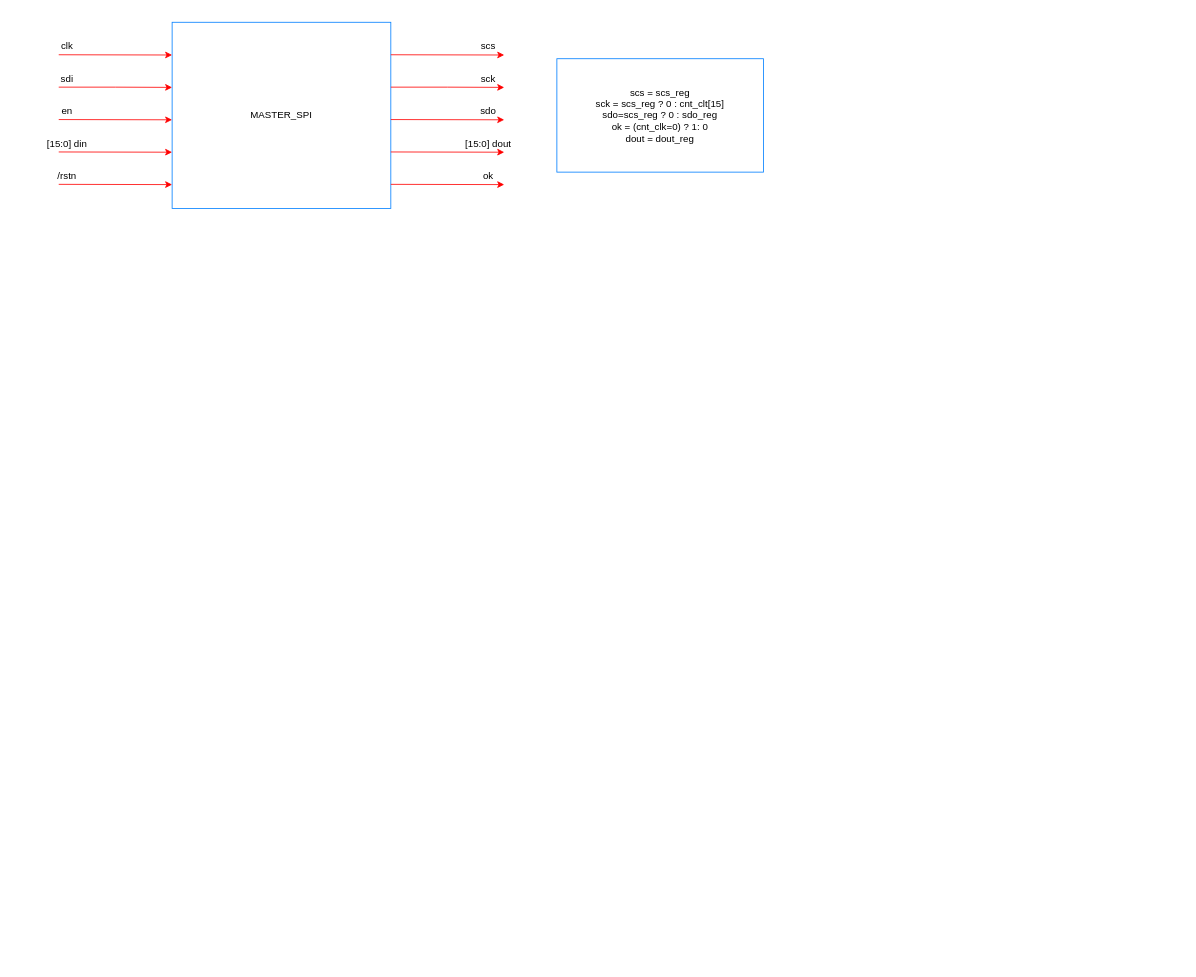
The draw.io diagram page "MASTER_SPI" (2 of 2) of MASTER_SPI.drawio in tenglong88/software_engineer, before the edit. Source tidied: cells renumbered, new cells numbered last; positions are measured from the earlier drawing's top-left corner, leaving out a move shared by most shapes. Both pictures are drawn from the tidied source at 81%, with x=0, y=0 at pixel (38, 22).
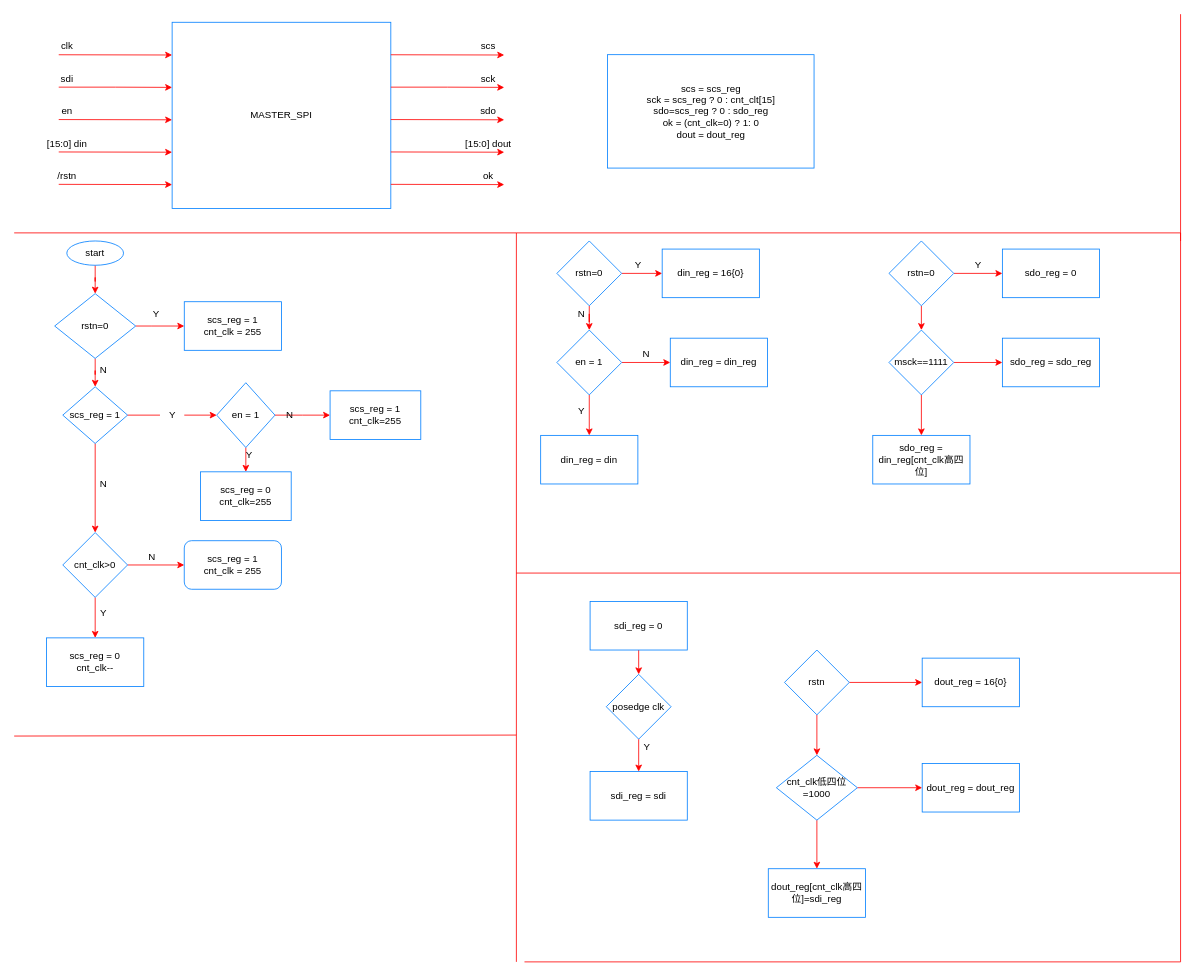
The same page after the edit.

The edit, as a diff of the source:
```diff
@@
     <mxCell id="23" value="scs = scs_reg&lt;br&gt;sck = scs_reg ? 0 : cnt_clt[15]&lt;br&gt;sdo=scs_reg ? 0 : sdo_reg&lt;br&gt;ok = (cnt_clk=0) ? 1: 0&lt;br&gt;dout = dout_reg" style="rounded=0;whiteSpace=wrap;html=1;strokeColor=#007FFF;" parent="1" vertex="1">
-      <mxGeometry x="640" y="45" width="255" height="140" as="geometry" />
+      <mxGeometry x="702.5" y="40" width="255" height="140" as="geometry" />
     </mxCell>
+    <mxCell id="24" style="edgeStyle=orthogonalEdgeStyle;rounded=0;jettySize=auto;html=1;exitX=1;exitY=0.5;exitDx=0;exitDy=0;entryX=0;entryY=0.5;entryDx=0;entryDy=0;strokeColor=#FF0000;" parent="1" edge="1" source="26" target="27">
+      <mxGeometry relative="1" as="geometry">
+        <Array as="points">
+          <mxPoint x="140" y="375" />
+          <mxPoint x="140" y="375" />
+        </Array>
+      </mxGeometry>
+    </mxCell>
+    <mxCell id="25" style="edgeStyle=orthogonalEdgeStyle;rounded=0;jettySize=auto;html=1;entryX=0.5;entryY=0;entryDx=0;entryDy=0;strokeColor=#FF0000;" parent="1" edge="1" source="26" target="31">
+      <mxGeometry relative="1" as="geometry" />
+    </mxCell>
+    <mxCell id="26" value="rstn=0" style="rhombus;whiteSpace=wrap;html=1;strokeColor=#007FFF;" parent="1" vertex="1">
+      <mxGeometry x="20" y="335" width="100" height="80" as="geometry" />
+    </mxCell>
+    <mxCell id="27" value="scs_reg = 1&lt;br&gt;cnt_clk = 255" style="rounded=0;whiteSpace=wrap;html=1;strokeColor=#007FFF;" parent="1" vertex="1">
+      <mxGeometry x="180" y="345" width="120" height="60" as="geometry" />
+    </mxCell>
+    <mxCell id="28" value="Y" style="text;html=1;align=center;verticalAlign=middle;strokeColor=none;fillColor=none;" parent="1" vertex="1">
+      <mxGeometry x="130" y="345" width="30" height="30" as="geometry" />
+    </mxCell>
+    <mxCell id="29" style="edgeStyle=orthogonalEdgeStyle;rounded=0;jettySize=auto;html=1;entryX=0;entryY=0.5;entryDx=0;entryDy=0;strokeColor=#FF0000;startArrow=none;" parent="1" edge="1" source="42" target="38">
+      <mxGeometry relative="1" as="geometry" />
+    </mxCell>
+    <mxCell id="30" style="edgeStyle=orthogonalEdgeStyle;rounded=0;jettySize=auto;html=1;exitX=0.5;exitY=1;exitDx=0;exitDy=0;entryX=0.5;entryY=0;entryDx=0;entryDy=0;strokeColor=#FF0000;" parent="1" edge="1" source="31" target="46">
+      <mxGeometry relative="1" as="geometry" />
+    </mxCell>
+    <mxCell id="31" value="scs_reg = 1" style="rhombus;whiteSpace=wrap;html=1;strokeColor=#007FFF;" parent="1" vertex="1">
+      <mxGeometry x="30" y="450" width="80" height="70" as="geometry" />
+    </mxCell>
+    <mxCell id="32" style="edgeStyle=orthogonalEdgeStyle;rounded=0;jettySize=auto;html=1;strokeColor=#FF0000;" parent="1" edge="1" source="33" target="26">
+      <mxGeometry relative="1" as="geometry" />
+    </mxCell>
+    <mxCell id="33" value="start" style="ellipse;whiteSpace=wrap;html=1;strokeColor=#007FFF;" parent="1" vertex="1">
+      <mxGeometry x="35" y="270" width="70" height="30" as="geometry" />
+    </mxCell>
+    <mxCell id="34" value="N" style="text;html=1;align=center;verticalAlign=middle;strokeColor=none;fillColor=none;" parent="1" vertex="1">
+      <mxGeometry x="65" y="415" width="30" height="30" as="geometry" />
+    </mxCell>
+    <mxCell id="35" value="scs_reg = 0&lt;br&gt;cnt_clk=255" style="rounded=0;whiteSpace=wrap;html=1;strokeColor=#007FFF;" parent="1" vertex="1">
+      <mxGeometry x="200" y="555" width="112" height="60" as="geometry" />
+    </mxCell>
+    <mxCell id="36" style="edgeStyle=orthogonalEdgeStyle;rounded=0;jettySize=auto;html=1;exitX=0.5;exitY=1;exitDx=0;exitDy=0;entryX=0.5;entryY=0;entryDx=0;entryDy=0;strokeColor=#FF0000;" parent="1" edge="1" source="38" target="35">
+      <mxGeometry relative="1" as="geometry" />
+    </mxCell>
+    <mxCell id="37" style="edgeStyle=orthogonalEdgeStyle;rounded=0;jettySize=auto;html=1;exitX=1;exitY=0.5;exitDx=0;exitDy=0;strokeColor=#FF0000;" parent="1" edge="1" source="38">
+      <mxGeometry relative="1" as="geometry">
+        <mxPoint x="360" y="485" as="targetPoint" />
+      </mxGeometry>
+    </mxCell>
+    <mxCell id="38" value="en = 1" style="rhombus;whiteSpace=wrap;html=1;strokeColor=#007FFF;" parent="1" vertex="1">
+      <mxGeometry x="220" y="445" width="72" height="80" as="geometry" />
+    </mxCell>
+    <mxCell id="39" value="scs_reg = 1&lt;br&gt;cnt_clk=255" style="rounded=0;whiteSpace=wrap;html=1;strokeColor=#007FFF;" parent="1" vertex="1">
+      <mxGeometry x="360" y="455" width="112" height="60" as="geometry" />
+    </mxCell>
+    <mxCell id="40" value="Y" style="text;html=1;align=center;verticalAlign=middle;strokeColor=none;fillColor=none;" parent="1" vertex="1">
+      <mxGeometry x="245" y="520" width="30" height="30" as="geometry" />
+    </mxCell>
+    <mxCell id="41" value="N" style="text;html=1;align=center;verticalAlign=middle;strokeColor=none;fillColor=none;" parent="1" vertex="1">
+      <mxGeometry x="295" y="470" width="30" height="30" as="geometry" />
+    </mxCell>
+    <mxCell id="42" value="Y" style="text;html=1;align=center;verticalAlign=middle;points=[];strokeColor=none;fillColor=none;" parent="1" vertex="1">
+      <mxGeometry x="150" y="470" width="30" height="30" as="geometry" />
+    </mxCell>
+    <mxCell id="43" style="edgeStyle=orthogonalEdgeStyle;rounded=0;jettySize=auto;html=1;entryX=0;entryY=0.5;entryDx=0;entryDy=0;strokeColor=#FF0000;endArrow=none;" parent="1" edge="1" source="31" target="42">
+      <mxGeometry relative="1" as="geometry" />
+    </mxCell>
+    <mxCell id="44" style="edgeStyle=orthogonalEdgeStyle;rounded=0;jettySize=auto;html=1;exitX=0.5;exitY=1;exitDx=0;exitDy=0;strokeColor=#FF0000;" parent="1" edge="1" source="46" target="47">
+      <mxGeometry relative="1" as="geometry" />
+    </mxCell>
+    <mxCell id="45" style="edgeStyle=orthogonalEdgeStyle;rounded=0;jettySize=auto;html=1;exitX=1;exitY=0.5;exitDx=0;exitDy=0;entryX=0;entryY=0.5;entryDx=0;entryDy=0;strokeColor=#FF0000;" parent="1" edge="1" source="46" target="49">
+      <mxGeometry relative="1" as="geometry" />
+    </mxCell>
+    <mxCell id="46" value="cnt_clk&amp;gt;0" style="rhombus;whiteSpace=wrap;html=1;strokeColor=#007FFF;" parent="1" vertex="1">
+      <mxGeometry x="30" y="630" width="80" height="80" as="geometry" />
+    </mxCell>
+    <mxCell id="47" value="scs_reg = 0&lt;br&gt;cnt_clk--" style="rounded=0;whiteSpace=wrap;html=1;strokeColor=#007FFF;" parent="1" vertex="1">
+      <mxGeometry x="10" y="760" width="120" height="60" as="geometry" />
+    </mxCell>
+    <mxCell id="48" value="N" style="text;html=1;align=center;verticalAlign=middle;strokeColor=none;fillColor=none;" parent="1" vertex="1">
+      <mxGeometry x="65" y="555" width="30" height="30" as="geometry" />
+    </mxCell>
+    <mxCell id="49" value="scs_reg = 1&lt;br&gt;cnt_clk = 255" style="rounded=1;whiteSpace=wrap;html=1;strokeColor=#007FFF;" parent="1" vertex="1">
+      <mxGeometry x="180" y="640" width="120" height="60" as="geometry" />
+    </mxCell>
+    <mxCell id="50" value="Y" style="text;html=1;align=center;verticalAlign=middle;strokeColor=none;fillColor=none;" parent="1" vertex="1">
+      <mxGeometry x="65" y="715" width="30" height="30" as="geometry" />
+    </mxCell>
+    <mxCell id="51" value="N" style="text;html=1;align=center;verticalAlign=middle;strokeColor=none;fillColor=none;" parent="1" vertex="1">
+      <mxGeometry x="125" y="645" width="30" height="30" as="geometry" />
+    </mxCell>
+    <mxCell id="52" style="endArrow=none;html=1;rounded=0;strokeColor=#FF0000;" parent="1" edge="1">
+      <mxGeometry relative="1" as="geometry">
+        <mxPoint x="-30" y="881.2" as="sourcePoint" />
+        <mxPoint x="590" y="880" as="targetPoint" />
+      </mxGeometry>
+    </mxCell>
+    <mxCell id="53" style="endArrow=none;html=1;rounded=0;strokeColor=#FF0000;" parent="1" edge="1">
+      <mxGeometry relative="1" as="geometry">
+        <mxPoint x="590" y="880" as="sourcePoint" />
+        <mxPoint x="590" y="260" as="targetPoint" />
+      </mxGeometry>
+    </mxCell>
+    <mxCell id="54" style="endArrow=none;html=1;rounded=0;strokeColor=#FF0000;" parent="1" edge="1">
+      <mxGeometry relative="1" as="geometry">
+        <mxPoint x="-30" y="260" as="sourcePoint" />
+        <mxPoint x="590" y="260" as="targetPoint" />
+      </mxGeometry>
+    </mxCell>
+    <mxCell id="55" style="edgeStyle=orthogonalEdgeStyle;rounded=0;jettySize=auto;html=1;entryX=0.5;entryY=0;entryDx=0;entryDy=0;strokeColor=#FF0000;" parent="1" edge="1" source="57" target="61">
+      <mxGeometry relative="1" as="geometry" />
+    </mxCell>
+    <mxCell id="56" style="edgeStyle=orthogonalEdgeStyle;rounded=0;jettySize=auto;html=1;entryX=0;entryY=0.5;entryDx=0;entryDy=0;strokeColor=#FF0000;" parent="1" edge="1" source="57" target="58">
+      <mxGeometry relative="1" as="geometry" />
+    </mxCell>
+    <mxCell id="57" value="rstn=0" style="rhombus;whiteSpace=wrap;html=1;strokeColor=#007FFF;" parent="1" vertex="1">
+      <mxGeometry x="640" y="270" width="80" height="80" as="geometry" />
+    </mxCell>
+    <mxCell id="58" value="din_reg = 16{0}" style="rounded=0;whiteSpace=wrap;html=1;strokeColor=#007FFF;" parent="1" vertex="1">
+      <mxGeometry x="770" y="280" width="120" height="60" as="geometry" />
+    </mxCell>
+    <mxCell id="59" style="edgeStyle=orthogonalEdgeStyle;rounded=0;jettySize=auto;html=1;strokeColor=#FF0000;" parent="1" edge="1" source="61" target="62">
+      <mxGeometry relative="1" as="geometry" />
+    </mxCell>
+    <mxCell id="60" style="edgeStyle=orthogonalEdgeStyle;rounded=0;jettySize=auto;html=1;exitX=1;exitY=0.5;exitDx=0;exitDy=0;entryX=0;entryY=0.5;entryDx=0;entryDy=0;strokeColor=#FF0000;" parent="1" edge="1" source="61" target="63">
+      <mxGeometry relative="1" as="geometry" />
+    </mxCell>
+    <mxCell id="61" value="en = 1" style="rhombus;whiteSpace=wrap;html=1;strokeColor=#007FFF;" parent="1" vertex="1">
+      <mxGeometry x="640" y="380" width="80" height="80" as="geometry" />
+    </mxCell>
+    <mxCell id="62" value="din_reg = din" style="rounded=0;whiteSpace=wrap;html=1;strokeColor=#007FFF;" parent="1" vertex="1">
+      <mxGeometry x="620" y="510" width="120" height="60" as="geometry" />
+    </mxCell>
+    <mxCell id="63" value="din_reg = din_reg" style="rounded=0;whiteSpace=wrap;html=1;strokeColor=#007FFF;" parent="1" vertex="1">
+      <mxGeometry x="780" y="390" width="120" height="60" as="geometry" />
+    </mxCell>
+    <mxCell id="64" value="Y" style="text;html=1;align=center;verticalAlign=middle;strokeColor=none;fillColor=none;" parent="1" vertex="1">
+      <mxGeometry x="725" y="285" width="30" height="30" as="geometry" />
+    </mxCell>
+    <mxCell id="65" value="N" style="text;html=1;align=center;verticalAlign=middle;strokeColor=none;fillColor=none;" parent="1" vertex="1">
+      <mxGeometry x="655" y="345" width="30" height="30" as="geometry" />
+    </mxCell>
+    <mxCell id="66" value="N" style="text;html=1;align=center;verticalAlign=middle;strokeColor=none;fillColor=none;" parent="1" vertex="1">
+      <mxGeometry x="735" y="395" width="30" height="30" as="geometry" />
+    </mxCell>
+    <mxCell id="67" value="Y" style="text;html=1;align=center;verticalAlign=middle;strokeColor=none;fillColor=none;" parent="1" vertex="1">
+      <mxGeometry x="655" y="465" width="30" height="30" as="geometry" />
+    </mxCell>
+    <mxCell id="68" style="edgeStyle=orthogonalEdgeStyle;rounded=0;jettySize=auto;html=1;exitX=1;exitY=0.5;exitDx=0;exitDy=0;entryX=0;entryY=0.5;entryDx=0;entryDy=0;strokeColor=#FF0000;" parent="1" edge="1" source="70" target="71">
+      <mxGeometry relative="1" as="geometry" />
+    </mxCell>
+    <mxCell id="69" style="edgeStyle=orthogonalEdgeStyle;rounded=0;jettySize=auto;html=1;exitX=0.5;exitY=1;exitDx=0;exitDy=0;entryX=0.5;entryY=0;entryDx=0;entryDy=0;strokeColor=#FF0000;" parent="1" edge="1" source="70" target="75">
+      <mxGeometry relative="1" as="geometry" />
+    </mxCell>
+    <mxCell id="70" value="rstn=0" style="rhombus;whiteSpace=wrap;html=1;strokeColor=#007FFF;" parent="1" vertex="1">
+      <mxGeometry x="1050" y="270" width="80" height="80" as="geometry" />
+    </mxCell>
+    <mxCell id="71" value="sdo_reg = 0" style="rounded=0;whiteSpace=wrap;html=1;strokeColor=#007FFF;" parent="1" vertex="1">
+      <mxGeometry x="1190" y="280" width="120" height="60" as="geometry" />
+    </mxCell>
+    <mxCell id="72" value="Y" style="text;html=1;align=center;verticalAlign=middle;strokeColor=none;fillColor=none;" parent="1" vertex="1">
+      <mxGeometry x="1145" y="285" width="30" height="30" as="geometry" />
+    </mxCell>
+    <mxCell id="73" style="edgeStyle=orthogonalEdgeStyle;rounded=0;jettySize=auto;html=1;exitX=0.5;exitY=1;exitDx=0;exitDy=0;entryX=0.5;entryY=0;entryDx=0;entryDy=0;strokeColor=#FF0000;" parent="1" edge="1" source="75" target="76">
+      <mxGeometry relative="1" as="geometry" />
+    </mxCell>
+    <mxCell id="74" style="edgeStyle=orthogonalEdgeStyle;rounded=0;jettySize=auto;html=1;exitX=1;exitY=0.5;exitDx=0;exitDy=0;strokeColor=#FF0000;entryX=0;entryY=0.5;entryDx=0;entryDy=0;" parent="1" edge="1" source="75" target="77">
+      <mxGeometry relative="1" as="geometry" />
+    </mxCell>
+    <mxCell id="75" value="msck==1111" style="rhombus;whiteSpace=wrap;html=1;strokeColor=#007FFF;" parent="1" vertex="1">
+      <mxGeometry x="1050" y="380" width="80" height="80" as="geometry" />
+    </mxCell>
+    <mxCell id="76" value="sdo_reg = din_reg[cnt_clk高四位]" style="rounded=0;whiteSpace=wrap;html=1;strokeColor=#007FFF;" parent="1" vertex="1">
+      <mxGeometry x="1030" y="510" width="120" height="60" as="geometry" />
+    </mxCell>
+    <mxCell id="77" value="sdo_reg = sdo_reg" style="rounded=0;whiteSpace=wrap;html=1;strokeColor=#007FFF;" parent="1" vertex="1">
+      <mxGeometry x="1190" y="390" width="120" height="60" as="geometry" />
+    </mxCell>
+    <mxCell id="78" style="endArrow=none;html=1;rounded=0;strokeColor=#FF0000;" parent="1" edge="1">
+      <mxGeometry relative="1" as="geometry">
+        <mxPoint x="590" y="260" as="sourcePoint" />
+        <mxPoint x="1410" y="260" as="targetPoint" />
+      </mxGeometry>
+    </mxCell>
+    <mxCell id="79" style="endArrow=none;html=1;rounded=0;strokeColor=#FF0000;" parent="1" edge="1">
+      <mxGeometry relative="1" as="geometry">
+        <mxPoint x="590" y="680" as="sourcePoint" />
+        <mxPoint x="1410" y="680" as="targetPoint" />
+      </mxGeometry>
+    </mxCell>
+    <mxCell id="80" style="endArrow=none;html=1;rounded=0;strokeColor=#FF0000;" parent="1" edge="1">
+      <mxGeometry relative="1" as="geometry">
+        <mxPoint x="1410" y="680" as="sourcePoint" />
+        <mxPoint x="1410" y="260" as="targetPoint" />
+      </mxGeometry>
+    </mxCell>
+    <mxCell id="81" style="endArrow=none;html=1;rounded=0;strokeColor=#FF0000;" parent="1" edge="1">
+      <mxGeometry relative="1" as="geometry">
+        <mxPoint x="1410" y="-10" as="sourcePoint" />
+        <mxPoint x="1410" y="270" as="targetPoint" />
+      </mxGeometry>
+    </mxCell>
+    <mxCell id="82" style="edgeStyle=orthogonalEdgeStyle;rounded=0;jettySize=auto;html=1;exitX=0.5;exitY=1;exitDx=0;exitDy=0;entryX=0.5;entryY=0;entryDx=0;entryDy=0;strokeColor=#FF0000;" parent="1" edge="1" source="83" target="86">
+      <mxGeometry relative="1" as="geometry" />
+    </mxCell>
+    <mxCell id="83" value="posedge clk" style="rhombus;whiteSpace=wrap;html=1;strokeColor=#007FFF;" parent="1" vertex="1">
+      <mxGeometry x="701" y="805" width="80" height="80" as="geometry" />
+    </mxCell>
+    <mxCell id="84" style="edgeStyle=orthogonalEdgeStyle;rounded=0;jettySize=auto;html=1;exitX=0.5;exitY=1;exitDx=0;exitDy=0;entryX=0.5;entryY=0;entryDx=0;entryDy=0;strokeColor=#FF0000;" parent="1" edge="1" source="85" target="83">
+      <mxGeometry relative="1" as="geometry" />
+    </mxCell>
+    <mxCell id="85" value="sdi_reg = 0" style="rounded=0;whiteSpace=wrap;html=1;strokeColor=#007FFF;" parent="1" vertex="1">
+      <mxGeometry x="681" y="715" width="120" height="60" as="geometry" />
+    </mxCell>
+    <mxCell id="86" value="sdi_reg = sdi" style="rounded=0;whiteSpace=wrap;html=1;strokeColor=#007FFF;" parent="1" vertex="1">
+      <mxGeometry x="681" y="925" width="120" height="60" as="geometry" />
+    </mxCell>
+    <mxCell id="87" value="Y" style="text;html=1;align=center;verticalAlign=middle;strokeColor=none;fillColor=none;" parent="1" vertex="1">
+      <mxGeometry x="736" y="880" width="30" height="30" as="geometry" />
+    </mxCell>
+    <mxCell id="88" style="edgeStyle=orthogonalEdgeStyle;rounded=0;jettySize=auto;html=1;exitX=0.5;exitY=1;exitDx=0;exitDy=0;entryX=0.5;entryY=0;entryDx=0;entryDy=0;strokeColor=#FF0000;" parent="1" edge="1" source="90" target="94">
+      <mxGeometry relative="1" as="geometry" />
+    </mxCell>
+    <mxCell id="89" style="edgeStyle=orthogonalEdgeStyle;rounded=0;jettySize=auto;html=1;exitX=1;exitY=0.5;exitDx=0;exitDy=0;entryX=0;entryY=0.5;entryDx=0;entryDy=0;strokeColor=#FF0000;" parent="1" edge="1" source="90" target="91">
+      <mxGeometry relative="1" as="geometry" />
+    </mxCell>
+    <mxCell id="90" value="rstn" style="rhombus;whiteSpace=wrap;html=1;strokeColor=#007FFF;" parent="1" vertex="1">
+      <mxGeometry x="921" y="775" width="80" height="80" as="geometry" />
+    </mxCell>
+    <mxCell id="91" value="dout_reg = 16{0}" style="rounded=0;whiteSpace=wrap;html=1;strokeColor=#007FFF;" parent="1" vertex="1">
+      <mxGeometry x="1091" y="785" width="120" height="60" as="geometry" />
+    </mxCell>
+    <mxCell id="92" style="edgeStyle=orthogonalEdgeStyle;rounded=0;jettySize=auto;html=1;exitX=1;exitY=0.5;exitDx=0;exitDy=0;entryX=0;entryY=0.5;entryDx=0;entryDy=0;strokeColor=#FF0000;" parent="1" edge="1" source="94" target="96">
+      <mxGeometry relative="1" as="geometry" />
+    </mxCell>
+    <mxCell id="93" style="edgeStyle=orthogonalEdgeStyle;rounded=0;jettySize=auto;html=1;exitX=0.5;exitY=1;exitDx=0;exitDy=0;entryX=0.5;entryY=0;entryDx=0;entryDy=0;strokeColor=#FF0000;" parent="1" edge="1" source="94" target="95">
+      <mxGeometry relative="1" as="geometry" />
+    </mxCell>
+    <mxCell id="94" value="cnt_clk低四位=1000" style="rhombus;whiteSpace=wrap;html=1;strokeColor=#007FFF;" parent="1" vertex="1">
+      <mxGeometry x="911" y="905" width="100" height="80" as="geometry" />
+    </mxCell>
+    <mxCell id="95" value="dout_reg[cnt_clk高四位]=sdi_reg" style="rounded=0;whiteSpace=wrap;html=1;strokeColor=#007FFF;" parent="1" vertex="1">
+      <mxGeometry x="901" y="1045" width="120" height="60" as="geometry" />
+    </mxCell>
+    <mxCell id="96" value="dout_reg = dout_reg" style="rounded=0;whiteSpace=wrap;html=1;strokeColor=#007FFF;" parent="1" vertex="1">
+      <mxGeometry x="1091" y="915" width="120" height="60" as="geometry" />
+    </mxCell>
+    <mxCell id="97" style="endArrow=none;html=1;rounded=0;strokeColor=#FF0000;" parent="1" edge="1">
+      <mxGeometry relative="1" as="geometry">
+        <mxPoint x="590" y="1160" as="sourcePoint" />
+        <mxPoint x="590" y="880" as="targetPoint" />
+      </mxGeometry>
+    </mxCell>
+    <mxCell id="98" style="endArrow=none;html=1;rounded=0;strokeColor=#FF0000;" parent="1" edge="1">
+      <mxGeometry relative="1" as="geometry">
+        <mxPoint x="1410" y="1160" as="sourcePoint" />
+        <mxPoint x="1410" y="680" as="targetPoint" />
+      </mxGeometry>
+    </mxCell>
+    <mxCell id="99" style="endArrow=none;html=1;rounded=0;strokeColor=#FF0000;" parent="1" edge="1">
+      <mxGeometry relative="1" as="geometry">
+        <mxPoint x="600" y="1160" as="sourcePoint" />
+        <mxPoint x="1410" y="1160" as="targetPoint" />
+      </mxGeometry>
+    </mxCell>
```
